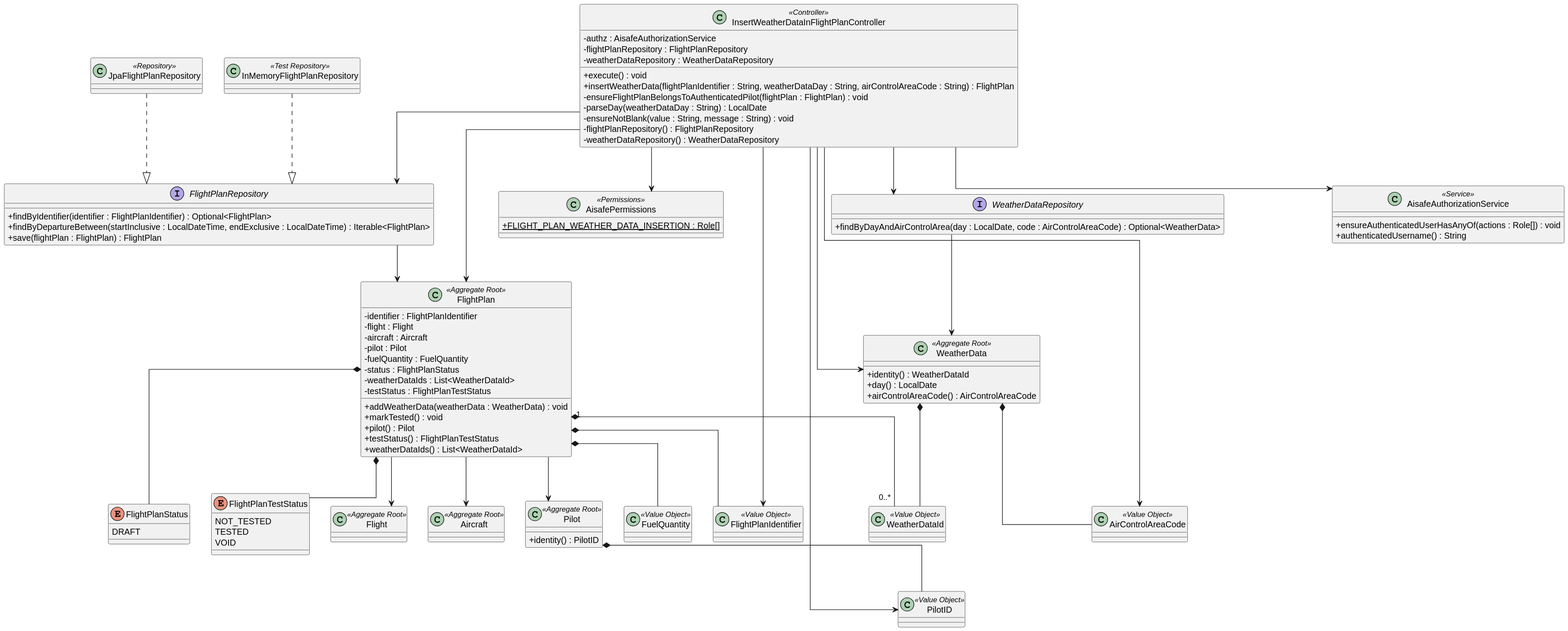
The PlantUML diagram docs/us_82/diagrams/class-diagram-82.svg in GustavoFerreira24/flight-management-platform, before a commit.
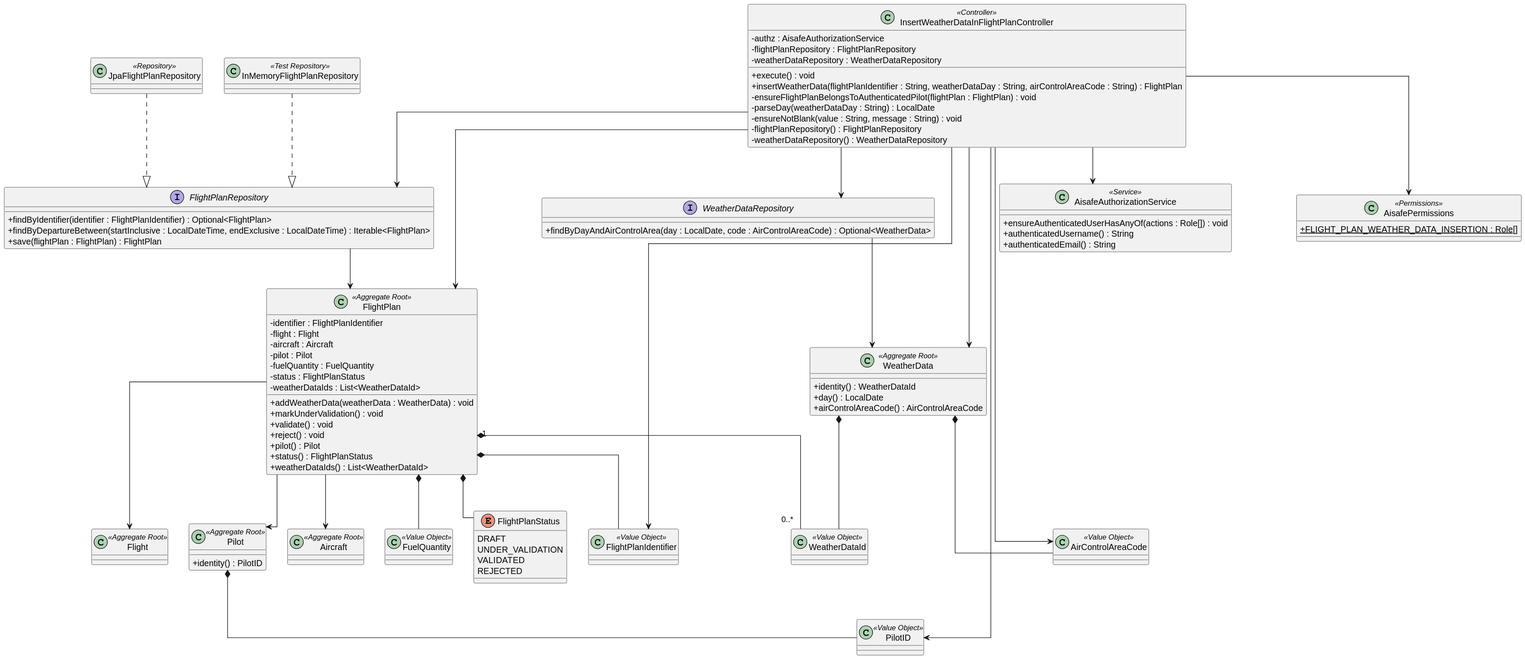
The same diagram one commit later.

What changed in the source:
```diff
@@ -18,6 +18,7 @@
 class AisafeAuthorizationService <<Service>> {
     + ensureAuthenticatedUserHasAnyOf(actions : Role[]) : void
     + authenticatedUsername() : String
+    + authenticatedEmail() : String
 }
 
 class AisafePermissions <<Permissions>> {
@@ -45,11 +46,12 @@
     - fuelQuantity : FuelQuantity
     - status : FlightPlanStatus
     - weatherDataIds : List<WeatherDataId>
-    - testStatus : FlightPlanTestStatus
     + addWeatherData(weatherData : WeatherData) : void
-    + markTested() : void
+    + markUnderValidation() : void
+    + validate() : void
+    + reject() : void
     + pilot() : Pilot
-    + testStatus() : FlightPlanTestStatus
+    + status() : FlightPlanStatus
     + weatherDataIds() : List<WeatherDataId>
 }
 
@@ -63,11 +65,9 @@
 class FuelQuantity <<Value Object>>
 enum FlightPlanStatus {
     DRAFT
-}
-enum FlightPlanTestStatus {
-    NOT_TESTED
-    TESTED
-    VOID
+    UNDER_VALIDATION
+    VALIDATED
+    REJECTED
 }
 
 class WeatherData <<Aggregate Root>> {
@@ -100,7 +100,6 @@
 FlightPlan --> Pilot
 FlightPlan *-- FuelQuantity
 FlightPlan *-- FlightPlanStatus
-FlightPlan *-- FlightPlanTestStatus
 FlightPlan "1" *-- "0..*" WeatherDataId
 Pilot *-- PilotID
 WeatherData *-- WeatherDataId
```
